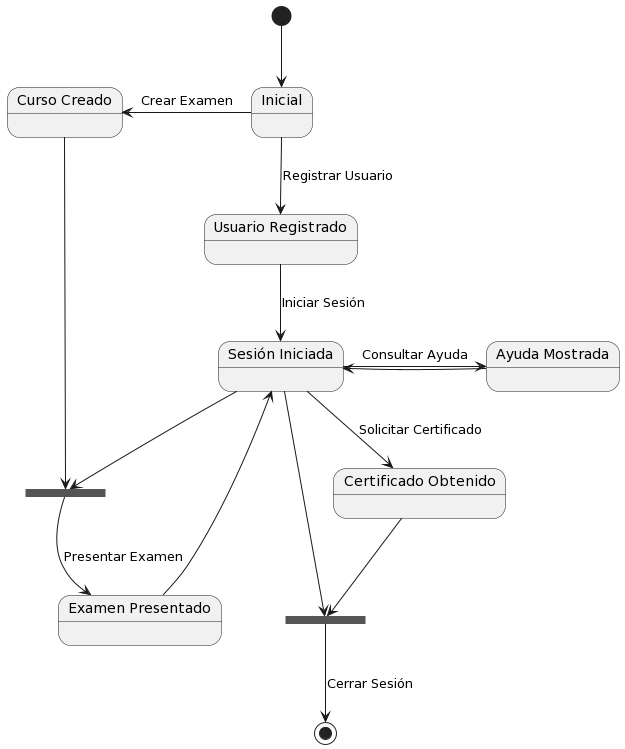
TheSProyect/Proyecto-IS-Grupo-1 keeps this PlantUML diagram as out/docs/scenariosView/UseCaseStateDiagram/Project-UseCaseStateDiagram.png. Above is the earlier version.
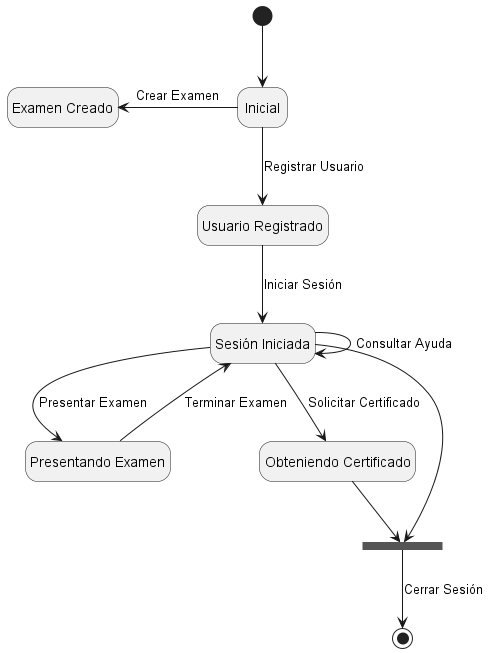
The same file after the commit.

Commit message:
Cambios diagramas de casos de uso

What changed in the source:
```diff
@@ -1,12 +1,12 @@
 @startuml
+hide empty description
+
 state "Inicial" as state1
-state "Curso Creado" as state2
+state "Examen Creado" as state2
 state "Usuario Registrado" as state3
 state "Sesión Iniciada" as state4
-state "Ayuda Mostrada" as state5
-state state6 <<join>>
-state "Examen Presentado" as state7
-state "Certificado Obtenido" as state8
+state "Presentando Examen" as state7
+state "Obteniendo Certificado" as state8
 state state9 <<join>>
 
 [*] --> state1
@@ -17,14 +17,10 @@
 
 state3 --> state4 : Iniciar Sesión
 
-state4 -r-> state5 : Consultar Ayuda
-state5 -r-> state4
+state4 --> state4 : Consultar Ayuda
 
-state4 --> state6
-state2 --> state6
-
-state6 --> state7 : Presentar Examen
-state7 --> state4
+state4 --> state7 : Presentar Examen
+state7 --> state4 : Terminar Examen
 
 state4 --> state8 : Solicitar Certificado
 
@@ -32,4 +28,5 @@
 state8 --> state9
 
 state9 --> [*] : Cerrar Sesión
+
 @enduml
```
